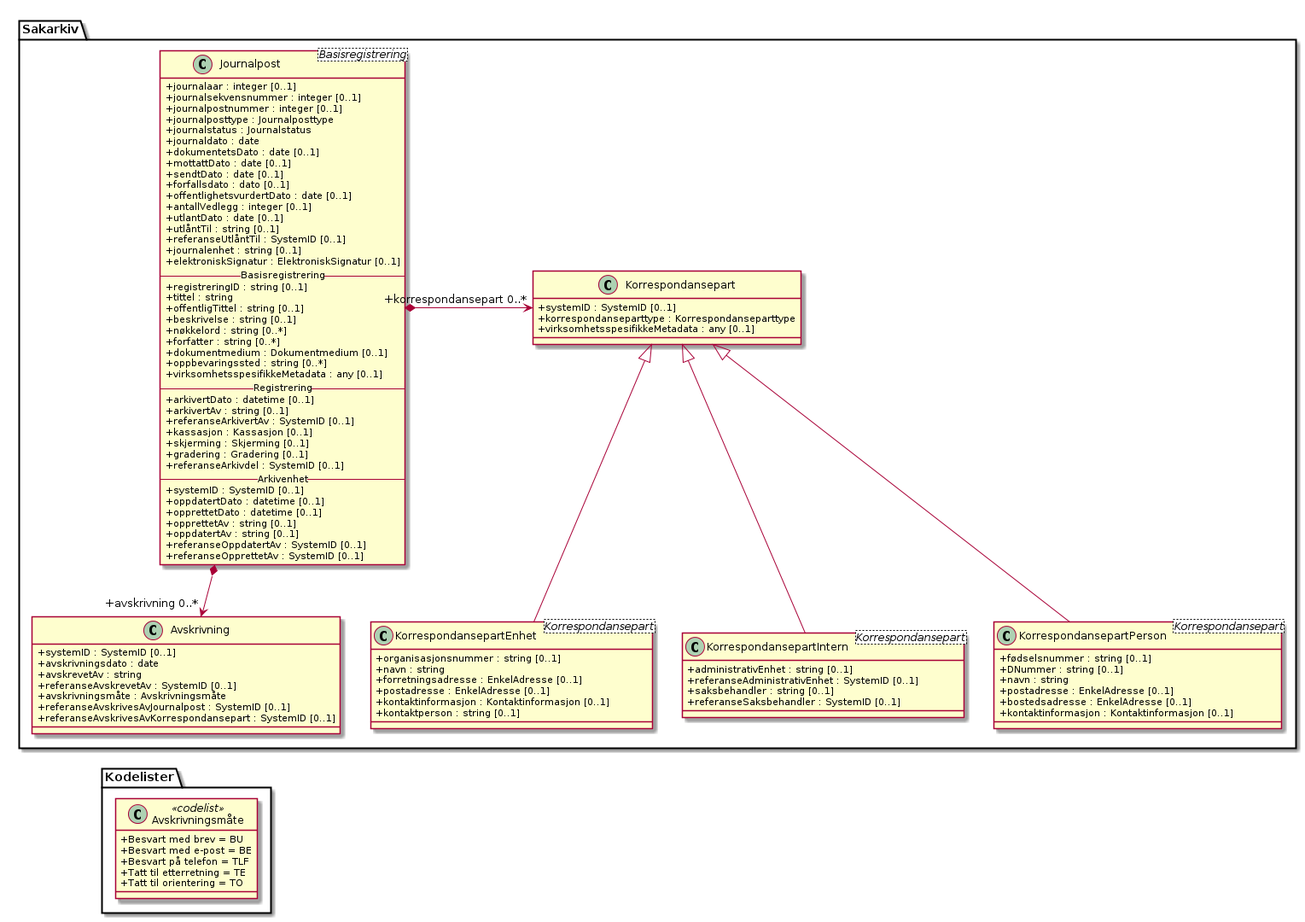
The PlantUML diagram kapitler/media/uml-klasse-avskrivning.png in arkivverket/noark5-tjenestegrensesnitt-standard, before a commit. The source it was exported from:
```plantuml
@startuml
skinparam classAttributeIconSize 0

class Sakarkiv.Journalpost <Basisregistrering> {
  +journalaar : integer [0..1]
  +journalsekvensnummer : integer [0..1]
  +journalpostnummer : integer [0..1]
  +journalposttype : Journalposttype
  +journalstatus : Journalstatus
  +journaldato : date
  +dokumentetsDato : date [0..1]
  +mottattDato : date [0..1]
  +sendtDato : date [0..1]
  +forfallsdato : dato [0..1]
  +offentlighetsvurdertDato : date [0..1]
  +antallVedlegg : integer [0..1]
  +utlantDato : date [0..1]
  +utlåntTil : string [0..1]
  +referanseUtlåntTil : SystemID [0..1]
  +journalenhet : string [0..1]
  +elektroniskSignatur : ElektroniskSignatur [0..1]

  -- Basisregistrering --
  +registreringID : string [0..1]
  +tittel : string
  +offentligTittel : string [0..1]
  +beskrivelse : string [0..1]
  +nøkkelord : string [0..*]
  +forfatter : string [0..*]
  +dokumentmedium : Dokumentmedium [0..1]
  +oppbevaringssted : string [0..*]
  +virksomhetsspesifikkeMetadata : any [0..1]

  -- Registrering --
  +arkivertDato : datetime [0..1]
  +arkivertAv : string [0..1]
  +referanseArkivertAv : SystemID [0..1]
  +kassasjon : Kassasjon [0..1]
  +skjerming : Skjerming [0..1]
  +gradering : Gradering [0..1]
  +referanseArkivdel : SystemID [0..1]

  -- Arkivenhet --
  +systemID : SystemID [0..1]
  +oppdatertDato : datetime [0..1]
  +opprettetDato : datetime [0..1]
  +opprettetAv : string [0..1]
  +oppdatertAv : string [0..1]
  +referanseOppdatertAv : SystemID [0..1]
  +referanseOpprettetAv : SystemID [0..1]
}
class Sakarkiv.Korrespondansepart {
  +systemID : SystemID [0..1]
  +korrespondanseparttype : Korrespondanseparttype
  +virksomhetsspesifikkeMetadata : any [0..1]
}
class Sakarkiv.KorrespondansepartPerson <Korrespondansepart> {
  +fødselsnummer : string [0..1]
  +DNummer : string [0..1]
  +navn : string
  +postadresse : EnkelAdresse [0..1]
  +bostedsadresse : EnkelAdresse [0..1]
  +kontaktinformasjon : Kontaktinformasjon [0..1]
}
class Sakarkiv.KorrespondansepartEnhet <Korrespondansepart> {
  +organisasjonsnummer : string [0..1]
  +navn : string
  +forretningsadresse : EnkelAdresse [0..1]
  +postadresse : EnkelAdresse [0..1]
  +kontaktinformasjon : Kontaktinformasjon [0..1]
  +kontaktperson : string [0..1]
}
class Sakarkiv.KorrespondansepartIntern <Korrespondansepart> {
  +administrativEnhet : string [0..1]
  +referanseAdministrativEnhet : SystemID [0..1]
  +saksbehandler : string [0..1]
  +referanseSaksbehandler : SystemID [0..1]
}
class Sakarkiv.Avskrivning {
  +systemID : SystemID [0..1]
  +avskrivningsdato : date
  +avskrevetAv : string
  +referanseAvskrevetAv : SystemID [0..1]
  +avskrivningsmåte : Avskrivningsmåte
  +referanseAvskrivesAvJournalpost : SystemID [0..1]
  +referanseAvskrivesAvKorrespondansepart : SystemID [0..1]
}
class Kodelister.Avskrivningsmåte <<codelist>> {
  +Besvart med brev = BU
  +Besvart med e-post = BE
  +Besvart på telefon = TLF
  +Tatt til etterretning = TE
  +Tatt til orientering = TO
}

Sakarkiv.Journalpost *-> "+korrespondansepart 0..*" Sakarkiv.Korrespondansepart
Sakarkiv.Korrespondansepart <|-- Sakarkiv.KorrespondansepartPerson
Sakarkiv.Korrespondansepart <|-- Sakarkiv.KorrespondansepartEnhet
Sakarkiv.Korrespondansepart <|-- Sakarkiv.KorrespondansepartIntern
Sakarkiv.Journalpost *--> "+avskrivning 0..*" Sakarkiv.Avskrivning
Sakarkiv.Avskrivning <-[hidden]- Kodelister.Avskrivningsmåte
@enduml
```
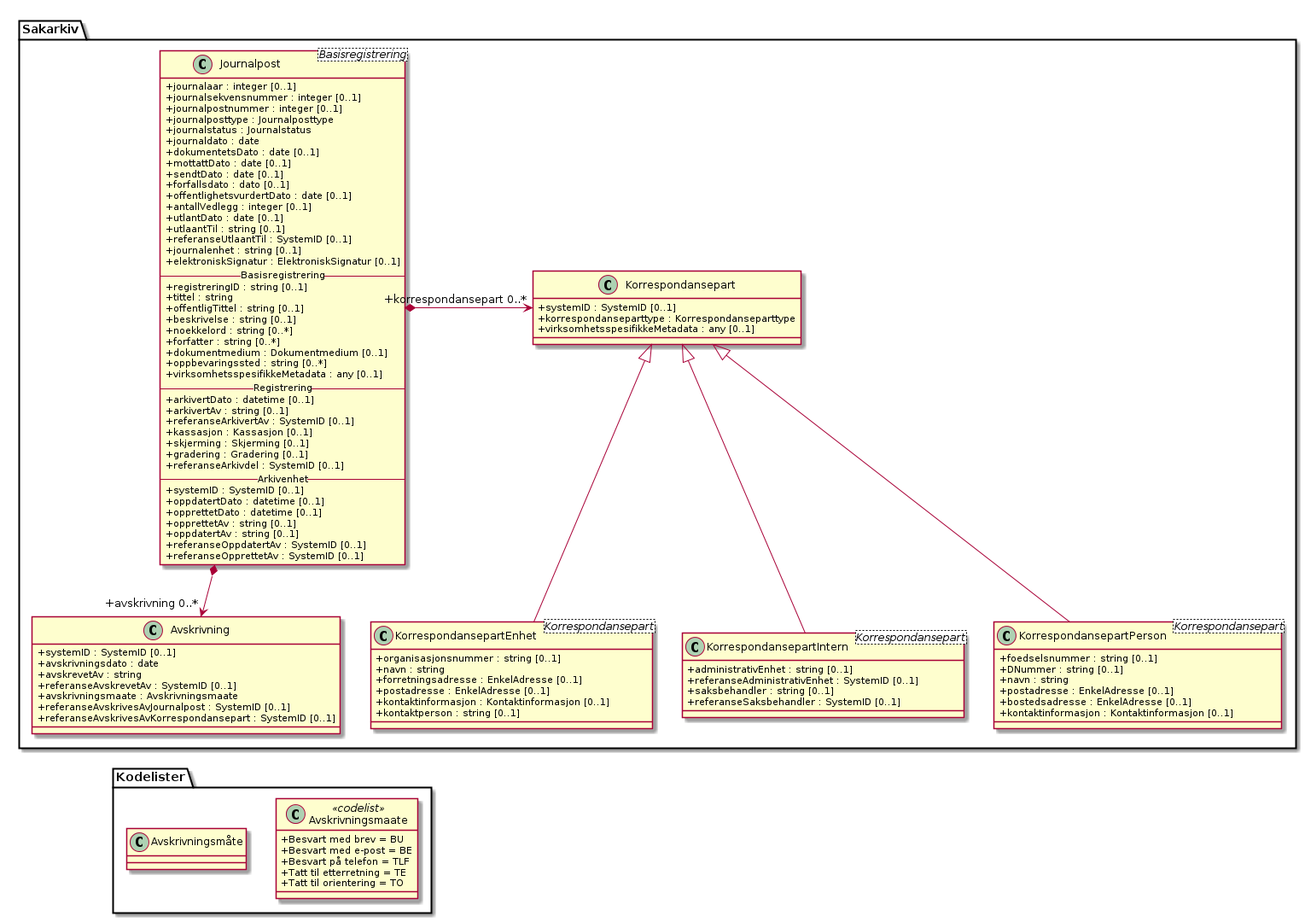
The same file after the commit.

Diff of the diagram source:
```diff
@@ -15,8 +15,8 @@
   +offentlighetsvurdertDato : date [0..1]
   +antallVedlegg : integer [0..1]
   +utlantDato : date [0..1]
-  +utlåntTil : string [0..1]
-  +referanseUtlåntTil : SystemID [0..1]
+  +utlaantTil : string [0..1]
+  +referanseUtlaantTil : SystemID [0..1]
   +journalenhet : string [0..1]
   +elektroniskSignatur : ElektroniskSignatur [0..1]
 
@@ -25,7 +25,7 @@
   +tittel : string
   +offentligTittel : string [0..1]
   +beskrivelse : string [0..1]
-  +nøkkelord : string [0..*]
+  +noekkelord : string [0..*]
   +forfatter : string [0..*]
   +dokumentmedium : Dokumentmedium [0..1]
   +oppbevaringssted : string [0..*]
@@ -55,7 +55,7 @@
   +virksomhetsspesifikkeMetadata : any [0..1]
 }
 class Sakarkiv.KorrespondansepartPerson <Korrespondansepart> {
-  +fødselsnummer : string [0..1]
+  +foedselsnummer : string [0..1]
   +DNummer : string [0..1]
   +navn : string
   +postadresse : EnkelAdresse [0..1]
@@ -81,11 +81,11 @@
   +avskrivningsdato : date
   +avskrevetAv : string
   +referanseAvskrevetAv : SystemID [0..1]
-  +avskrivningsmåte : Avskrivningsmåte
+  +avskrivningsmaate : Avskrivningsmaate
   +referanseAvskrivesAvJournalpost : SystemID [0..1]
   +referanseAvskrivesAvKorrespondansepart : SystemID [0..1]
 }
-class Kodelister.Avskrivningsmåte <<codelist>> {
+class Kodelister.Avskrivningsmaate <<codelist>> {
   +Besvart med brev = BU
   +Besvart med e-post = BE
   +Besvart på telefon = TLF
```
